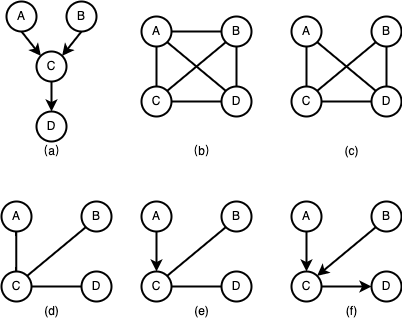
Above: pc_alg_step1.png in pardonpardon/graph (draw.io), before the change. Source tidied: cells renumbered, new cells last; positions are measured from the earlier drawing's top-left corner, leaving out a move shared by most shapes.
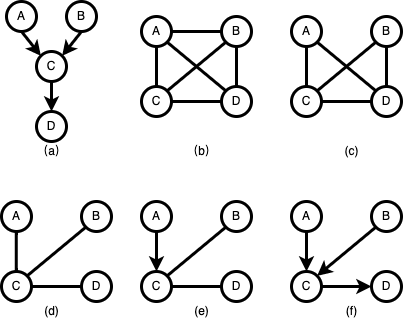
Above is the later version.

Diff of the diagram source:
```diff
@@ -2,171 +2,171 @@
   <root>
     <mxCell id="0" />
     <mxCell id="1" parent="0" />
-    <mxCell id="2" value="A" style="ellipse;whiteSpace=wrap;html=1;strokeWidth=2;" parent="1" vertex="1">
+    <mxCell id="2" value="A" style="ellipse;whiteSpace=wrap;html=1;strokeWidth=3;" parent="1" vertex="1">
       <mxGeometry x="5" width="30" height="30" as="geometry" />
     </mxCell>
-    <mxCell id="3" value="B" style="ellipse;whiteSpace=wrap;html=1;strokeWidth=2;" parent="1" vertex="1">
+    <mxCell id="3" value="B" style="ellipse;whiteSpace=wrap;html=1;strokeWidth=3;" parent="1" vertex="1">
       <mxGeometry x="65" width="30" height="30" as="geometry" />
     </mxCell>
-    <mxCell id="4" value="C" style="ellipse;whiteSpace=wrap;html=1;strokeWidth=2;" parent="1" vertex="1">
+    <mxCell id="4" value="C" style="ellipse;whiteSpace=wrap;html=1;strokeWidth=3;" parent="1" vertex="1">
       <mxGeometry x="35" y="50" width="30" height="30" as="geometry" />
     </mxCell>
-    <mxCell id="5" value="D" style="ellipse;whiteSpace=wrap;html=1;direction=south;strokeWidth=2;" parent="1" vertex="1">
+    <mxCell id="5" value="D" style="ellipse;whiteSpace=wrap;html=1;direction=south;strokeWidth=3;" parent="1" vertex="1">
       <mxGeometry x="35" y="110" width="30" height="30" as="geometry" />
     </mxCell>
-    <mxCell id="6" style="endArrow=classic;html=1;rounded=0;strokeWidth=2;exitX=0.5;exitY=1;exitDx=0;exitDy=0;entryX=0;entryY=0;entryDx=0;entryDy=0;" parent="1" edge="1" source="2" target="4">
+    <mxCell id="6" style="endArrow=classic;html=1;rounded=0;strokeWidth=3;exitX=0.5;exitY=1;exitDx=0;exitDy=0;entryX=0;entryY=0;entryDx=0;entryDy=0;" parent="1" edge="1" source="2" target="4">
       <mxGeometry relative="1" as="geometry" />
     </mxCell>
-    <mxCell id="7" style="endArrow=classic;html=1;rounded=0;strokeWidth=2;exitX=0.5;exitY=1;exitDx=0;exitDy=0;entryX=1;entryY=0;entryDx=0;entryDy=0;" parent="1" edge="1" source="3" target="4">
+    <mxCell id="7" style="endArrow=classic;html=1;rounded=0;strokeWidth=3;exitX=0.5;exitY=1;exitDx=0;exitDy=0;entryX=1;entryY=0;entryDx=0;entryDy=0;" parent="1" edge="1" source="3" target="4">
       <mxGeometry relative="1" as="geometry" />
     </mxCell>
-    <mxCell id="8" style="endArrow=classic;html=1;rounded=0;strokeWidth=2;exitX=0.5;exitY=1;exitDx=0;exitDy=0;entryX=0;entryY=0.5;entryDx=0;entryDy=0;" parent="1" edge="1" source="4" target="5">
+    <mxCell id="8" style="endArrow=classic;html=1;rounded=0;strokeWidth=3;exitX=0.5;exitY=1;exitDx=0;exitDy=0;entryX=0;entryY=0.5;entryDx=0;entryDy=0;" parent="1" edge="1" source="4" target="5">
       <mxGeometry relative="1" as="geometry" />
     </mxCell>
-    <mxCell id="9" value="A" style="ellipse;whiteSpace=wrap;html=1;strokeWidth=2;" parent="1" vertex="1">
+    <mxCell id="9" value="A" style="ellipse;whiteSpace=wrap;html=1;strokeWidth=3;" parent="1" vertex="1">
       <mxGeometry x="140" y="15" width="30" height="30" as="geometry" />
     </mxCell>
-    <mxCell id="10" value="B" style="ellipse;whiteSpace=wrap;html=1;strokeWidth=2;" parent="1" vertex="1">
+    <mxCell id="10" value="B" style="ellipse;whiteSpace=wrap;html=1;strokeWidth=3;" parent="1" vertex="1">
       <mxGeometry x="220" y="15" width="30" height="30" as="geometry" />
     </mxCell>
-    <mxCell id="11" value="D" style="ellipse;whiteSpace=wrap;html=1;strokeWidth=2;" parent="1" vertex="1">
+    <mxCell id="11" value="D" style="ellipse;whiteSpace=wrap;html=1;strokeWidth=3;" parent="1" vertex="1">
       <mxGeometry x="220" y="85" width="30" height="30" as="geometry" />
     </mxCell>
-    <mxCell id="12" value="C" style="ellipse;whiteSpace=wrap;html=1;strokeWidth=2;" parent="1" vertex="1">
+    <mxCell id="12" value="C" style="ellipse;whiteSpace=wrap;html=1;strokeWidth=3;" parent="1" vertex="1">
       <mxGeometry x="140" y="85" width="30" height="30" as="geometry" />
     </mxCell>
-    <mxCell id="13" style="endArrow=none;html=1;rounded=0;strokeWidth=2;exitX=0.5;exitY=0;exitDx=0;exitDy=0;entryX=0.5;entryY=1;entryDx=0;entryDy=0;" parent="1" edge="1" source="12" target="9">
+    <mxCell id="13" style="endArrow=none;html=1;rounded=0;strokeWidth=3;exitX=0.5;exitY=0;exitDx=0;exitDy=0;entryX=0.5;entryY=1;entryDx=0;entryDy=0;" parent="1" edge="1" source="12" target="9">
       <mxGeometry relative="1" as="geometry">
         <Array as="points">
           <mxPoint x="155" y="65" />
         </Array>
       </mxGeometry>
     </mxCell>
-    <mxCell id="14" style="endArrow=none;html=1;rounded=0;strokeWidth=2;exitX=1;exitY=0.5;exitDx=0;exitDy=0;entryX=0;entryY=0.5;entryDx=0;entryDy=0;" parent="1" edge="1" source="9" target="10">
+    <mxCell id="14" style="endArrow=none;html=1;rounded=0;strokeWidth=3;exitX=1;exitY=0.5;exitDx=0;exitDy=0;entryX=0;entryY=0.5;entryDx=0;entryDy=0;" parent="1" edge="1" source="9" target="10">
       <mxGeometry relative="1" as="geometry" />
     </mxCell>
-    <mxCell id="15" style="endArrow=none;html=1;rounded=0;strokeWidth=2;exitX=1;exitY=0.5;exitDx=0;exitDy=0;entryX=0;entryY=0.5;entryDx=0;entryDy=0;" parent="1" edge="1" source="12" target="11">
+    <mxCell id="15" style="endArrow=none;html=1;rounded=0;strokeWidth=3;exitX=1;exitY=0.5;exitDx=0;exitDy=0;entryX=0;entryY=0.5;entryDx=0;entryDy=0;" parent="1" edge="1" source="12" target="11">
       <mxGeometry relative="1" as="geometry" />
     </mxCell>
-    <mxCell id="16" style="endArrow=none;html=1;rounded=0;strokeWidth=2;exitX=0.5;exitY=0;exitDx=0;exitDy=0;entryX=0.5;entryY=1;entryDx=0;entryDy=0;" parent="1" edge="1" source="11" target="10">
+    <mxCell id="16" style="endArrow=none;html=1;rounded=0;strokeWidth=3;exitX=0.5;exitY=0;exitDx=0;exitDy=0;entryX=0.5;entryY=1;entryDx=0;entryDy=0;" parent="1" edge="1" source="11" target="10">
       <mxGeometry relative="1" as="geometry" />
     </mxCell>
-    <mxCell id="17" style="endArrow=none;html=1;rounded=0;strokeWidth=2;exitX=1;exitY=0;exitDx=0;exitDy=0;entryX=0;entryY=1;entryDx=0;entryDy=0;" parent="1" edge="1" source="12" target="10">
+    <mxCell id="17" style="endArrow=none;html=1;rounded=0;strokeWidth=3;exitX=1;exitY=0;exitDx=0;exitDy=0;entryX=0;entryY=1;entryDx=0;entryDy=0;" parent="1" edge="1" source="12" target="10">
       <mxGeometry relative="1" as="geometry" />
     </mxCell>
-    <mxCell id="18" style="endArrow=none;html=1;rounded=0;strokeWidth=2;exitX=1;exitY=1;exitDx=0;exitDy=0;entryX=0;entryY=0;entryDx=0;entryDy=0;" parent="1" edge="1" source="9" target="11">
+    <mxCell id="18" style="endArrow=none;html=1;rounded=0;strokeWidth=3;exitX=1;exitY=1;exitDx=0;exitDy=0;entryX=0;entryY=0;entryDx=0;entryDy=0;" parent="1" edge="1" source="9" target="11">
       <mxGeometry relative="1" as="geometry" />
     </mxCell>
-    <mxCell id="19" value="A" style="ellipse;whiteSpace=wrap;html=1;strokeWidth=2;" parent="1" vertex="1">
+    <mxCell id="19" value="A" style="ellipse;whiteSpace=wrap;html=1;strokeWidth=3;" parent="1" vertex="1">
       <mxGeometry x="290" y="15" width="30" height="30" as="geometry" />
     </mxCell>
-    <mxCell id="20" value="B" style="ellipse;whiteSpace=wrap;html=1;strokeWidth=2;" parent="1" vertex="1">
+    <mxCell id="20" value="B" style="ellipse;whiteSpace=wrap;html=1;strokeWidth=3;" parent="1" vertex="1">
       <mxGeometry x="370" y="15" width="30" height="30" as="geometry" />
     </mxCell>
-    <mxCell id="21" value="D" style="ellipse;whiteSpace=wrap;html=1;strokeWidth=2;" parent="1" vertex="1">
+    <mxCell id="21" value="D" style="ellipse;whiteSpace=wrap;html=1;strokeWidth=3;" parent="1" vertex="1">
       <mxGeometry x="370" y="85" width="30" height="30" as="geometry" />
     </mxCell>
-    <mxCell id="22" value="C" style="ellipse;whiteSpace=wrap;html=1;strokeWidth=2;" parent="1" vertex="1">
+    <mxCell id="22" value="C" style="ellipse;whiteSpace=wrap;html=1;strokeWidth=3;" parent="1" vertex="1">
       <mxGeometry x="290" y="85" width="30" height="30" as="geometry" />
     </mxCell>
-    <mxCell id="23" style="endArrow=none;html=1;rounded=0;strokeWidth=2;exitX=0.5;exitY=0;exitDx=0;exitDy=0;entryX=0.5;entryY=1;entryDx=0;entryDy=0;" parent="1" edge="1" source="22" target="19">
+    <mxCell id="23" style="endArrow=none;html=1;rounded=0;strokeWidth=3;exitX=0.5;exitY=0;exitDx=0;exitDy=0;entryX=0.5;entryY=1;entryDx=0;entryDy=0;" parent="1" edge="1" source="22" target="19">
       <mxGeometry relative="1" as="geometry">
         <Array as="points">
           <mxPoint x="305" y="65" />
         </Array>
       </mxGeometry>
     </mxCell>
-    <mxCell id="24" style="endArrow=none;html=1;rounded=0;strokeWidth=2;exitX=1;exitY=0.5;exitDx=0;exitDy=0;entryX=0;entryY=0.5;entryDx=0;entryDy=0;" parent="1" edge="1" source="22" target="21">
+    <mxCell id="24" style="endArrow=none;html=1;rounded=0;strokeWidth=3;exitX=1;exitY=0.5;exitDx=0;exitDy=0;entryX=0;entryY=0.5;entryDx=0;entryDy=0;" parent="1" edge="1" source="22" target="21">
       <mxGeometry relative="1" as="geometry" />
     </mxCell>
-    <mxCell id="25" style="endArrow=none;html=1;rounded=0;strokeWidth=2;exitX=0.5;exitY=0;exitDx=0;exitDy=0;entryX=0.5;entryY=1;entryDx=0;entryDy=0;" parent="1" edge="1" source="21" target="20">
+    <mxCell id="25" style="endArrow=none;html=1;rounded=0;strokeWidth=3;exitX=0.5;exitY=0;exitDx=0;exitDy=0;entryX=0.5;entryY=1;entryDx=0;entryDy=0;" parent="1" edge="1" source="21" target="20">
       <mxGeometry relative="1" as="geometry" />
     </mxCell>
-    <mxCell id="26" style="endArrow=none;html=1;rounded=0;strokeWidth=2;exitX=1;exitY=0;exitDx=0;exitDy=0;entryX=0;entryY=1;entryDx=0;entryDy=0;" parent="1" edge="1" source="22" target="20">
+    <mxCell id="26" style="endArrow=none;html=1;rounded=0;strokeWidth=3;exitX=1;exitY=0;exitDx=0;exitDy=0;entryX=0;entryY=1;entryDx=0;entryDy=0;" parent="1" edge="1" source="22" target="20">
       <mxGeometry relative="1" as="geometry" />
     </mxCell>
-    <mxCell id="27" style="endArrow=none;html=1;rounded=0;strokeWidth=2;exitX=1;exitY=1;exitDx=0;exitDy=0;entryX=0;entryY=0;entryDx=0;entryDy=0;" parent="1" edge="1" source="19" target="21">
+    <mxCell id="27" style="endArrow=none;html=1;rounded=0;strokeWidth=3;exitX=1;exitY=1;exitDx=0;exitDy=0;entryX=0;entryY=0;entryDx=0;entryDy=0;" parent="1" edge="1" source="19" target="21">
       <mxGeometry relative="1" as="geometry" />
     </mxCell>
-    <mxCell id="28" value="A" style="ellipse;whiteSpace=wrap;html=1;strokeWidth=2;" parent="1" vertex="1">
+    <mxCell id="28" value="A" style="ellipse;whiteSpace=wrap;html=1;strokeWidth=3;" parent="1" vertex="1">
       <mxGeometry y="200" width="30" height="30" as="geometry" />
     </mxCell>
-    <mxCell id="29" value="B" style="ellipse;whiteSpace=wrap;html=1;strokeWidth=2;" parent="1" vertex="1">
+    <mxCell id="29" value="B" style="ellipse;whiteSpace=wrap;html=1;strokeWidth=3;" parent="1" vertex="1">
       <mxGeometry x="80" y="200" width="30" height="30" as="geometry" />
     </mxCell>
-    <mxCell id="30" value="D" style="ellipse;whiteSpace=wrap;html=1;strokeWidth=2;" parent="1" vertex="1">
+    <mxCell id="30" value="D" style="ellipse;whiteSpace=wrap;html=1;strokeWidth=3;" parent="1" vertex="1">
       <mxGeometry x="80" y="270" width="30" height="30" as="geometry" />
     </mxCell>
-    <mxCell id="31" value="C" style="ellipse;whiteSpace=wrap;html=1;strokeWidth=2;" parent="1" vertex="1">
+    <mxCell id="31" value="C" style="ellipse;whiteSpace=wrap;html=1;strokeWidth=3;" parent="1" vertex="1">
       <mxGeometry y="270" width="30" height="30" as="geometry" />
     </mxCell>
-    <mxCell id="32" style="endArrow=none;html=1;rounded=0;strokeWidth=2;exitX=1;exitY=0.5;exitDx=0;exitDy=0;entryX=0;entryY=0.5;entryDx=0;entryDy=0;" parent="1" edge="1" source="31" target="30">
+    <mxCell id="32" style="endArrow=none;html=1;rounded=0;strokeWidth=3;exitX=1;exitY=0.5;exitDx=0;exitDy=0;entryX=0;entryY=0.5;entryDx=0;entryDy=0;" parent="1" edge="1" source="31" target="30">
       <mxGeometry relative="1" as="geometry" />
     </mxCell>
-    <mxCell id="33" style="endArrow=none;html=1;rounded=0;strokeWidth=2;exitX=1;exitY=0;exitDx=0;exitDy=0;entryX=0;entryY=1;entryDx=0;entryDy=0;" parent="1" edge="1" source="31" target="29">
+    <mxCell id="33" style="endArrow=none;html=1;rounded=0;strokeWidth=3;exitX=1;exitY=0;exitDx=0;exitDy=0;entryX=0;entryY=1;entryDx=0;entryDy=0;" parent="1" edge="1" source="31" target="29">
       <mxGeometry relative="1" as="geometry" />
     </mxCell>
-    <mxCell id="34" value="A" style="ellipse;whiteSpace=wrap;html=1;strokeWidth=2;" parent="1" vertex="1">
+    <mxCell id="34" value="A" style="ellipse;whiteSpace=wrap;html=1;strokeWidth=3;" parent="1" vertex="1">
       <mxGeometry x="140" y="200" width="30" height="30" as="geometry" />
     </mxCell>
-    <mxCell id="35" value="B" style="ellipse;whiteSpace=wrap;html=1;strokeWidth=2;" parent="1" vertex="1">
+    <mxCell id="35" value="B" style="ellipse;whiteSpace=wrap;html=1;strokeWidth=3;" parent="1" vertex="1">
       <mxGeometry x="220" y="200" width="30" height="30" as="geometry" />
     </mxCell>
-    <mxCell id="36" value="D" style="ellipse;whiteSpace=wrap;html=1;strokeWidth=2;" parent="1" vertex="1">
+    <mxCell id="36" value="D" style="ellipse;whiteSpace=wrap;html=1;strokeWidth=3;" parent="1" vertex="1">
       <mxGeometry x="220" y="270" width="30" height="30" as="geometry" />
     </mxCell>
-    <mxCell id="37" value="C" style="ellipse;whiteSpace=wrap;html=1;strokeWidth=2;" parent="1" vertex="1">
+    <mxCell id="37" value="C" style="ellipse;whiteSpace=wrap;html=1;strokeWidth=3;" parent="1" vertex="1">
       <mxGeometry x="140" y="270" width="30" height="30" as="geometry" />
     </mxCell>
-    <mxCell id="38" style="endArrow=none;html=1;rounded=0;strokeWidth=2;exitX=1;exitY=0;exitDx=0;exitDy=0;entryX=0;entryY=1;entryDx=0;entryDy=0;" parent="1" edge="1" source="37" target="35">
+    <mxCell id="38" style="endArrow=none;html=1;rounded=0;strokeWidth=3;exitX=1;exitY=0;exitDx=0;exitDy=0;entryX=0;entryY=1;entryDx=0;entryDy=0;" parent="1" edge="1" source="37" target="35">
       <mxGeometry relative="1" as="geometry" />
     </mxCell>
-    <mxCell id="39" value="A" style="ellipse;whiteSpace=wrap;html=1;strokeWidth=2;" parent="1" vertex="1">
+    <mxCell id="39" value="A" style="ellipse;whiteSpace=wrap;html=1;strokeWidth=3;" parent="1" vertex="1">
       <mxGeometry x="290" y="200" width="30" height="30" as="geometry" />
     </mxCell>
-    <mxCell id="40" value="B" style="ellipse;whiteSpace=wrap;html=1;strokeWidth=2;" parent="1" vertex="1">
+    <mxCell id="40" value="B" style="ellipse;whiteSpace=wrap;html=1;strokeWidth=3;" parent="1" vertex="1">
       <mxGeometry x="370" y="200" width="30" height="30" as="geometry" />
     </mxCell>
-    <mxCell id="41" value="D" style="ellipse;whiteSpace=wrap;html=1;strokeWidth=2;" parent="1" vertex="1">
+    <mxCell id="41" value="D" style="ellipse;whiteSpace=wrap;html=1;strokeWidth=3;" parent="1" vertex="1">
       <mxGeometry x="370" y="270" width="30" height="30" as="geometry" />
     </mxCell>
-    <mxCell id="42" value="C" style="ellipse;whiteSpace=wrap;html=1;strokeWidth=2;" parent="1" vertex="1">
+    <mxCell id="42" value="C" style="ellipse;whiteSpace=wrap;html=1;strokeWidth=3;" parent="1" vertex="1">
       <mxGeometry x="290" y="270" width="30" height="30" as="geometry" />
     </mxCell>
-    <mxCell id="43" style="endArrow=classic;html=1;rounded=0;strokeWidth=2;entryX=0.5;entryY=0;entryDx=0;entryDy=0;exitX=0.5;exitY=1;exitDx=0;exitDy=0;" parent="1" edge="1" source="34" target="37">
+    <mxCell id="43" style="endArrow=classic;html=1;rounded=0;strokeWidth=3;entryX=0.5;entryY=0;entryDx=0;entryDy=0;exitX=0.5;exitY=1;exitDx=0;exitDy=0;" parent="1" edge="1" source="34" target="37">
       <mxGeometry relative="1" as="geometry" />
     </mxCell>
-    <mxCell id="44" style="endArrow=classic;html=1;rounded=0;strokeWidth=2;entryX=0.5;entryY=0;entryDx=0;entryDy=0;exitX=0.5;exitY=1;exitDx=0;exitDy=0;" parent="1" edge="1" source="39" target="42">
+    <mxCell id="44" style="endArrow=classic;html=1;rounded=0;strokeWidth=3;entryX=0.5;entryY=0;entryDx=0;entryDy=0;exitX=0.5;exitY=1;exitDx=0;exitDy=0;" parent="1" edge="1" source="39" target="42">
       <mxGeometry relative="1" as="geometry" />
     </mxCell>
-    <mxCell id="45" style="endArrow=classic;html=1;rounded=0;strokeWidth=2;exitX=1;exitY=0.5;exitDx=0;exitDy=0;entryX=0;entryY=0.5;entryDx=0;entryDy=0;" parent="1" edge="1" source="42" target="41">
+    <mxCell id="45" style="endArrow=classic;html=1;rounded=0;strokeWidth=3;exitX=1;exitY=0.5;exitDx=0;exitDy=0;entryX=0;entryY=0.5;entryDx=0;entryDy=0;" parent="1" edge="1" source="42" target="41">
       <mxGeometry relative="1" as="geometry" />
     </mxCell>
-    <mxCell id="46" style="endArrow=classic;html=1;rounded=0;strokeWidth=2;entryX=1;entryY=0;entryDx=0;entryDy=0;exitX=0;exitY=1;exitDx=0;exitDy=0;" parent="1" edge="1" source="40" target="42">
+    <mxCell id="46" style="endArrow=classic;html=1;rounded=0;strokeWidth=3;entryX=1;entryY=0;entryDx=0;entryDy=0;exitX=0;exitY=1;exitDx=0;exitDy=0;" parent="1" edge="1" source="40" target="42">
       <mxGeometry relative="1" as="geometry" />
     </mxCell>
-    <mxCell id="47" value="（a）" style="text;html=1;align=center;verticalAlign=middle;strokeColor=none;fillColor=none;strokeWidth=2;" parent="1" vertex="1">
+    <mxCell id="47" value="（a）" style="text;html=1;align=center;verticalAlign=middle;strokeColor=none;fillColor=none;strokeWidth=3;" parent="1" vertex="1">
       <mxGeometry x="25" y="140" width="50" height="20" as="geometry" />
     </mxCell>
-    <mxCell id="48" value="（b）" style="text;html=1;align=center;verticalAlign=middle;strokeColor=none;fillColor=none;strokeWidth=2;" parent="1" vertex="1">
+    <mxCell id="48" value="（b）" style="text;html=1;align=center;verticalAlign=middle;strokeColor=none;fillColor=none;strokeWidth=3;" parent="1" vertex="1">
       <mxGeometry x="175" y="140" width="50" height="20" as="geometry" />
     </mxCell>
-    <mxCell id="49" value="(c)" style="text;html=1;align=center;verticalAlign=middle;strokeColor=none;fillColor=none;strokeWidth=2;" parent="1" vertex="1">
+    <mxCell id="49" value="(c)" style="text;html=1;align=center;verticalAlign=middle;strokeColor=none;fillColor=none;strokeWidth=3;" parent="1" vertex="1">
       <mxGeometry x="335" y="140" width="30" height="20" as="geometry" />
     </mxCell>
-    <mxCell id="50" value="(d)" style="text;html=1;align=center;verticalAlign=middle;strokeColor=none;fillColor=none;strokeWidth=2;" parent="1" vertex="1">
+    <mxCell id="50" value="(d)" style="text;html=1;align=center;verticalAlign=middle;strokeColor=none;fillColor=none;strokeWidth=3;" parent="1" vertex="1">
       <mxGeometry x="35" y="300" width="30" height="20" as="geometry" />
     </mxCell>
-    <mxCell id="51" value="(e)" style="text;html=1;align=center;verticalAlign=middle;strokeColor=none;fillColor=none;strokeWidth=2;" parent="1" vertex="1">
+    <mxCell id="51" value="(e)" style="text;html=1;align=center;verticalAlign=middle;strokeColor=none;fillColor=none;strokeWidth=3;" parent="1" vertex="1">
       <mxGeometry x="185" y="300" width="30" height="20" as="geometry" />
     </mxCell>
-    <mxCell id="52" value="(f)" style="text;html=1;align=center;verticalAlign=middle;strokeColor=none;fillColor=none;strokeWidth=2;" parent="1" vertex="1">
+    <mxCell id="52" value="(f)" style="text;html=1;align=center;verticalAlign=middle;strokeColor=none;fillColor=none;strokeWidth=3;" parent="1" vertex="1">
       <mxGeometry x="335" y="300" width="30" height="20" as="geometry" />
     </mxCell>
-    <mxCell id="53" style="endArrow=none;html=1;rounded=0;strokeWidth=2;exitX=1;exitY=0.5;exitDx=0;exitDy=0;entryX=0;entryY=0.5;entryDx=0;entryDy=0;" parent="1" edge="1" source="37" target="36">
+    <mxCell id="53" style="endArrow=none;html=1;rounded=0;strokeWidth=3;exitX=1;exitY=0.5;exitDx=0;exitDy=0;entryX=0;entryY=0.5;entryDx=0;entryDy=0;" parent="1" edge="1" source="37" target="36">
       <mxGeometry relative="1" as="geometry" />
     </mxCell>
-    <mxCell id="54" style="endArrow=none;html=1;rounded=0;strokeWidth=2;exitX=0.5;exitY=0;exitDx=0;exitDy=0;entryX=0.5;entryY=1;entryDx=0;entryDy=0;" parent="1" edge="1">
+    <mxCell id="54" style="endArrow=none;html=1;rounded=0;strokeWidth=3;exitX=0.5;exitY=0;exitDx=0;exitDy=0;entryX=0.5;entryY=1;entryDx=0;entryDy=0;" parent="1" edge="1">
       <mxGeometry relative="1" as="geometry">
         <mxPoint x="14.8" y="270" as="sourcePoint" />
         <mxPoint x="14.8" y="230" as="targetPoint" />
```
